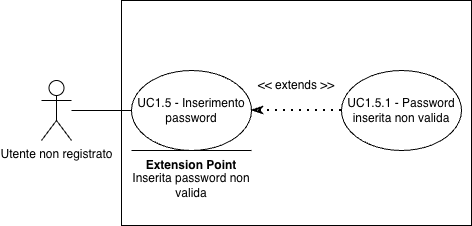
This is assets/diagrams/UC1_5.png from SkarabGroup/DocumentazioneProgetto, a draw.io export, as it was before one commit. Source tidied: cells renumbered, new cells last; positions are measured from the earlier drawing's top-left corner, leaving out a move shared by most shapes. The source it was exported from:
```xml
<mxGraphModel>
  <root>
    <mxCell id="0" />
    <mxCell id="1" parent="0" />
    <mxCell id="2" value="Utente non registrato" style="shape=umlActor;verticalLabelPosition=bottom;verticalAlign=top;html=1;outlineConnect=0;" parent="1" vertex="1">
      <mxGeometry y="80" width="30" height="60" as="geometry" />
    </mxCell>
    <mxCell id="3" style="rounded=0;whiteSpace=wrap;html=1;" parent="1" vertex="1">
      <mxGeometry x="80" width="350" height="225" as="geometry" />
    </mxCell>
    <mxCell id="4" value="UC1.5 - Inserimento password" style="ellipse;whiteSpace=wrap;html=1;" parent="1" vertex="1">
      <mxGeometry x="90" y="70" width="120" height="80" as="geometry" />
    </mxCell>
    <mxCell id="5" value="UC1.5.1 - Password inserita non valida" style="ellipse;whiteSpace=wrap;html=1;" parent="1" vertex="1">
      <mxGeometry x="300" y="70" width="120" height="80" as="geometry" />
    </mxCell>
    <mxCell id="6" style="endArrow=classicThin;dashed=1;html=1;dashPattern=1 3;strokeWidth=2;rounded=0;entryX=1;entryY=0.5;entryDx=0;entryDy=0;exitX=0;exitY=0.5;exitDx=0;exitDy=0;endFill=0;startArrow=none;startFill=0;" parent="1" edge="1" source="5" target="4">
      <mxGeometry relative="1" as="geometry" />
    </mxCell>
    <mxCell id="7" style="endArrow=none;html=1;rounded=0;entryX=0;entryY=0.5;entryDx=0;entryDy=0;" parent="1" edge="1" source="2" target="4">
      <mxGeometry relative="1" as="geometry" />
    </mxCell>
    <mxCell id="8" value="&amp;lt;&amp;lt; extends &amp;gt;&amp;gt;" style="text;html=1;whiteSpace=wrap;strokeColor=none;fillColor=none;align=center;verticalAlign=middle;rounded=0;" parent="1" vertex="1">
      <mxGeometry x="210" y="70" width="90" height="30" as="geometry" />
    </mxCell>
    <mxCell id="9" value="&lt;b&gt;Extension Point&lt;/b&gt;" style="text;html=1;whiteSpace=wrap;strokeColor=none;fillColor=none;align=center;verticalAlign=middle;rounded=0;" parent="1" vertex="1">
      <mxGeometry x="90" y="150" width="120" height="30" as="geometry" />
    </mxCell>
    <mxCell id="10" style="endArrow=none;html=1;rounded=0;" parent="1" edge="1">
      <mxGeometry relative="1" as="geometry">
        <mxPoint x="90" y="150" as="sourcePoint" />
        <mxPoint x="210" y="150" as="targetPoint" />
      </mxGeometry>
    </mxCell>
    <mxCell id="11" value="Inserita password non valida" style="text;html=1;whiteSpace=wrap;strokeColor=none;fillColor=none;align=center;verticalAlign=middle;rounded=0;" parent="1" vertex="1">
      <mxGeometry x="80" y="170" width="140" height="30" as="geometry" />
    </mxCell>
  </root>
</mxGraphModel>
```
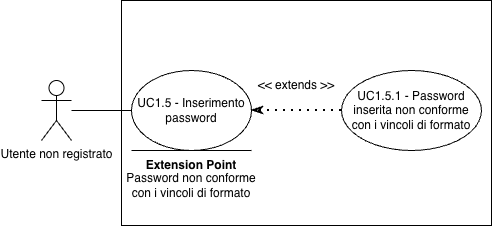
Above is the later version.

What changed in the source:
```diff
@@ -6,13 +6,13 @@
       <mxGeometry y="80" width="30" height="60" as="geometry" />
     </mxCell>
     <mxCell id="3" style="rounded=0;whiteSpace=wrap;html=1;" parent="1" vertex="1">
-      <mxGeometry x="80" width="350" height="225" as="geometry" />
+      <mxGeometry x="80" width="370" height="225" as="geometry" />
     </mxCell>
     <mxCell id="4" value="UC1.5 - Inserimento password" style="ellipse;whiteSpace=wrap;html=1;" parent="1" vertex="1">
       <mxGeometry x="90" y="70" width="120" height="80" as="geometry" />
     </mxCell>
-    <mxCell id="5" value="UC1.5.1 - Password inserita non valida" style="ellipse;whiteSpace=wrap;html=1;" parent="1" vertex="1">
-      <mxGeometry x="300" y="70" width="120" height="80" as="geometry" />
+    <mxCell id="5" value="UC1.5.1 - Password inserita non conforme con i vincoli di formato" style="ellipse;whiteSpace=wrap;html=1;" parent="1" vertex="1">
+      <mxGeometry x="300" y="70" width="140" height="80" as="geometry" />
     </mxCell>
     <mxCell id="6" style="endArrow=classicThin;dashed=1;html=1;dashPattern=1 3;strokeWidth=2;rounded=0;entryX=1;entryY=0.5;entryDx=0;entryDy=0;exitX=0;exitY=0.5;exitDx=0;exitDy=0;endFill=0;startArrow=none;startFill=0;" parent="1" edge="1" source="5" target="4">
       <mxGeometry relative="1" as="geometry" />
@@ -32,7 +32,7 @@
         <mxPoint x="210" y="150" as="targetPoint" />
       </mxGeometry>
     </mxCell>
-    <mxCell id="11" value="Inserita password non valida" style="text;html=1;whiteSpace=wrap;strokeColor=none;fillColor=none;align=center;verticalAlign=middle;rounded=0;" parent="1" vertex="1">
+    <mxCell id="11" value="Password non conforme con i vincoli di formato" style="text;html=1;whiteSpace=wrap;strokeColor=none;fillColor=none;align=center;verticalAlign=middle;rounded=0;" parent="1" vertex="1">
       <mxGeometry x="80" y="170" width="140" height="30" as="geometry" />
     </mxCell>
   </root>
```
